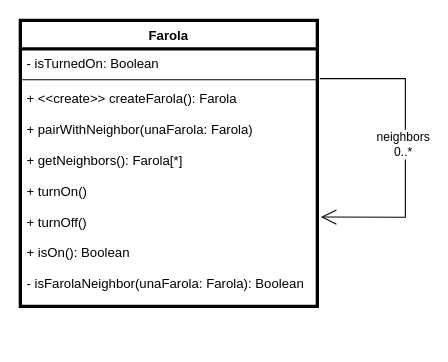
Earlier version of the draw.io diagram ejercicio6-red-de-alumbrado/UMLEjercicio6.drawio (Jarvo98/OO1). Source tidied: cells renumbered, new cells numbered last; positions are measured from the earlier drawing's top-left corner, leaving out a move shared by most shapes. Both pictures are drawn from the tidied source at 110%, with x=0, y=0 at pixel (20, 20).
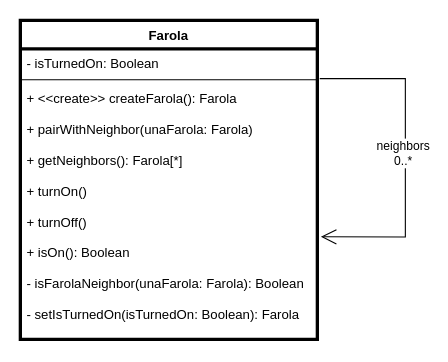
The same page after the edit.

Diff of the diagram source:
```diff
@@
 <mxGraphModel>
   <root>
     <mxCell id="0" />
     <mxCell id="1" parent="0" />
     <mxCell id="2" value="Farola" style="swimlane;fontStyle=1;align=center;verticalAlign=top;horizontal=1;startSize=26;rounded=0;strokeWidth=3;" parent="1" vertex="1">
-      <mxGeometry width="270" height="260" as="geometry" />
+      <mxGeometry width="270" height="290" as="geometry" />
     </mxCell>
     <mxCell id="3" value="- isTurnedOn: Boolean&#10;&#10;&#10;&#10;&#10;&#10;&#10;&#10;&#10;&#10;&#10;&#10;&#10;&#10;" style="text;strokeColor=none;fillColor=none;align=left;verticalAlign=top;spacingLeft=4;spacingRight=4;overflow=hidden;rounded=0;strokeWidth=3;" parent="2" vertex="1">
       <mxGeometry y="26" width="270" height="24" as="geometry" />
     </mxCell>
     <mxCell id="4" style="line;strokeWidth=1;fillColor=none;align=left;verticalAlign=middle;spacingTop=-1;spacingLeft=3;spacingRight=3;labelPosition=right;points=[];portConstraint=eastwest;strokeColor=inherit;rounded=0;" parent="2" vertex="1">
       <mxGeometry y="50" width="270" height="8" as="geometry" />
     </mxCell>
-    <mxCell id="5" value="+ &lt;&lt;create&gt;&gt; createFarola(): Farola&#10;&#10;+ pairWithNeighbor(unaFarola: Farola)&#10;&#10;+ getNeighbors(): Farola[*]&#10;&#10;+ turnOn()&#10;&#10;+ turnOff()&#10;&#10;+ isOn(): Boolean&#10;&#10;- isFarolaNeighbor(unaFarola: Farola): Boolean&#10;" style="text;strokeColor=none;fillColor=none;align=left;verticalAlign=top;spacingLeft=4;spacingRight=4;overflow=hidden;points=[[0,0.5],[1,0.5]];portConstraint=eastwest;rounded=0;strokeWidth=3;" parent="2" vertex="1">
-      <mxGeometry y="58" width="270" height="202" as="geometry" />
+    <mxCell id="5" value="+ &lt;&lt;create&gt;&gt; createFarola(): Farola&#10;&#10;+ pairWithNeighbor(unaFarola: Farola)&#10;&#10;+ getNeighbors(): Farola[*]&#10;&#10;+ turnOn()&#10;&#10;+ turnOff()&#10;&#10;+ isOn(): Boolean&#10;&#10;- isFarolaNeighbor(unaFarola: Farola): Boolean&#10;&#10;- setIsTurnedOn(isTurnedOn: Boolean): Farola&#10;" style="text;strokeColor=none;fillColor=none;align=left;verticalAlign=top;spacingLeft=4;spacingRight=4;overflow=hidden;points=[[0,0.5],[1,0.5]];portConstraint=eastwest;rounded=0;strokeWidth=3;" parent="2" vertex="1">
+      <mxGeometry y="58" width="270" height="232" as="geometry" />
     </mxCell>
     <mxCell id="6" style="endArrow=open;endFill=1;endSize=12;html=1;rounded=0;entryX=1.012;entryY=0.598;entryDx=0;entryDy=0;entryPerimeter=0;exitX=1.008;exitY=0.375;exitDx=0;exitDy=0;exitPerimeter=0;" parent="2" edge="1" source="4" target="5">
       <mxGeometry relative="1" as="geometry">
         <Array as="points">
           <mxPoint x="350" y="53" />
-          <mxPoint x="350" y="179" />
+          <mxPoint x="350" y="197" />
         </Array>
       </mxGeometry>
     </mxCell>
     <mxCell id="7" value="&lt;div&gt;neighbors&lt;/div&gt;&lt;div&gt;0..*&lt;br&gt;&lt;/div&gt;" style="edgeLabel;html=1;align=center;verticalAlign=middle;" parent="6" vertex="1">
       <mxGeometry x="-0.09" y="-3" relative="1" as="geometry">
         <mxPoint y="9" as="offset" />
       </mxGeometry>
     </mxCell>
   </root>
 </mxGraphModel>
```
